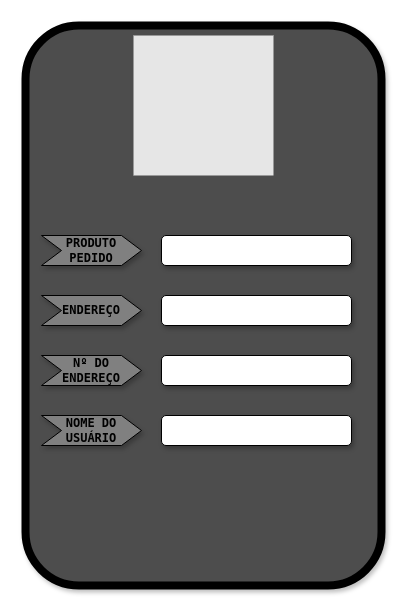
This is Doc/dsigner.drawio from draazy/Diagrama, a draw.io file, before an edit. Source tidied: cells renumbered, new cells numbered last; positions are measured from the earlier drawing's top-left corner, leaving out a move shared by most shapes. Both pictures are drawn from the tidied source at 100%, with x=0, y=0 at pixel (25, 25). Pictures stored in the file or linked from it are replaced by grey dashed boxes.
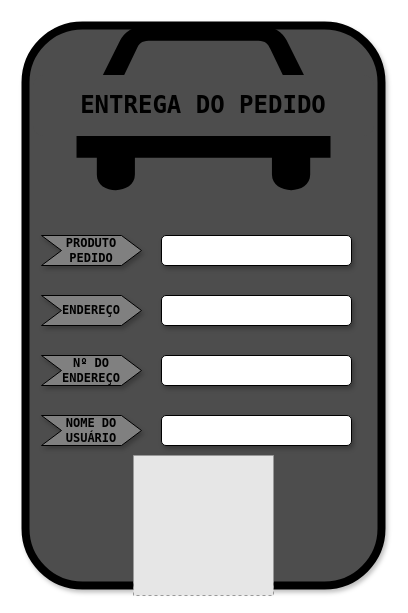
Above is the later version.

Change to the diagram source:
```diff
@@
 <mxGraphModel>
   <root>
     <mxCell id="0" />
     <mxCell id="1" parent="0" />
-    <mxCell id="2" style="rounded=1;whiteSpace=wrap;html=1;fillColor=#4D4D4D;shadow=1;strokeWidth=8;" parent="1" vertex="1">
+    <mxCell id="2" style="rounded=1;whiteSpace=wrap;html=1;fillColor=#4D4D4D;shadow=1;strokeWidth=8;arcSize=16;" parent="1" vertex="1">
       <mxGeometry width="356" height="560" as="geometry" />
     </mxCell>
     <mxCell id="3" value="&lt;h4&gt;PRODUTO PEDIDO&lt;/h4&gt;" style="shape=step;perimeter=stepPerimeter;whiteSpace=wrap;html=1;fixedSize=1;fillColor=#808080;strokeColor=#000000;shadow=1;fontSize=12;fontFamily=Lucida Console;" parent="1" vertex="1">
       <mxGeometry x="16" y="210" width="100" height="30" as="geometry" />
     </mxCell>
     <mxCell id="4" value="&lt;h4 style=&quot;&quot;&gt;ENDEREÇO&lt;/h4&gt;" style="shape=step;perimeter=stepPerimeter;whiteSpace=wrap;html=1;fixedSize=1;fillColor=#808080;shadow=1;fontFamily=Lucida Console;" parent="1" vertex="1">
       <mxGeometry x="16" y="270" width="100" height="30" as="geometry" />
     </mxCell>
     <mxCell id="5" style="rounded=1;whiteSpace=wrap;html=1;shadow=1;" parent="1" vertex="1">
       <mxGeometry x="136" y="210" width="190" height="30" as="geometry" />
     </mxCell>
     <mxCell id="6" style="fillColor=#E6E6E6;strokeColor=#999999;dashed=1;html=1;verticalLabelPosition=bottom;verticalAlign=top;" parent="1" vertex="1">
-      <mxGeometry x="108" y="10" width="140" height="140" as="geometry" />
+      <mxGeometry x="108" y="430" width="140" height="140" as="geometry" />
     </mxCell>
     <mxCell id="7" value="&lt;h4&gt;Nº DO ENDEREÇO&lt;/h4&gt;" style="shape=step;perimeter=stepPerimeter;whiteSpace=wrap;html=1;fixedSize=1;fillColor=#808080;strokeColor=#000000;shadow=1;fontFamily=Lucida Console;" parent="1" vertex="1">
       <mxGeometry x="16" y="330" width="100" height="30" as="geometry" />
     </mxCell>
     <mxCell id="8" style="rounded=1;whiteSpace=wrap;html=1;shadow=1;" parent="1" vertex="1">
       <mxGeometry x="136" y="270" width="190" height="30" as="geometry" />
     </mxCell>
     <mxCell id="9" style="rounded=1;whiteSpace=wrap;html=1;shadow=1;" parent="1" vertex="1">
       <mxGeometry x="136" y="330" width="190" height="30" as="geometry" />
     </mxCell>
     <mxCell id="10" value="&lt;h4&gt;NOME DO USUÁRIO&lt;/h4&gt;" style="shape=step;perimeter=stepPerimeter;whiteSpace=wrap;html=1;fixedSize=1;fillColor=#808080;strokeColor=#000000;shadow=1;fontFamily=Lucida Console;" parent="1" vertex="1">
       <mxGeometry x="16" y="390" width="100" height="30" as="geometry" />
     </mxCell>
     <mxCell id="11" style="rounded=1;whiteSpace=wrap;html=1;shadow=1;" parent="1" vertex="1">
       <mxGeometry x="136" y="390" width="190" height="30" as="geometry" />
     </mxCell>
+    <mxCell id="12" style="shape=mxgraph.signs.transportation.car_4;html=1;fillColor=#000000;strokeColor=none;verticalLabelPosition=bottom;verticalAlign=top;align=center;sketch=0;" parent="1" vertex="1">
+      <mxGeometry x="51" width="254" height="170" as="geometry" />
+    </mxCell>
+    <mxCell id="13" value="&lt;h1&gt;ENTREGA DO PEDIDO&lt;/h1&gt;" style="rounded=1;whiteSpace=wrap;html=1;fillColor=#4D4D4D;fontFamily=Lucida Console;strokeColor=#4D4D4D;" parent="1" vertex="1">
+      <mxGeometry x="8" y="50" width="340" height="60" as="geometry" />
+    </mxCell>
   </root>
 </mxGraphModel>
```
